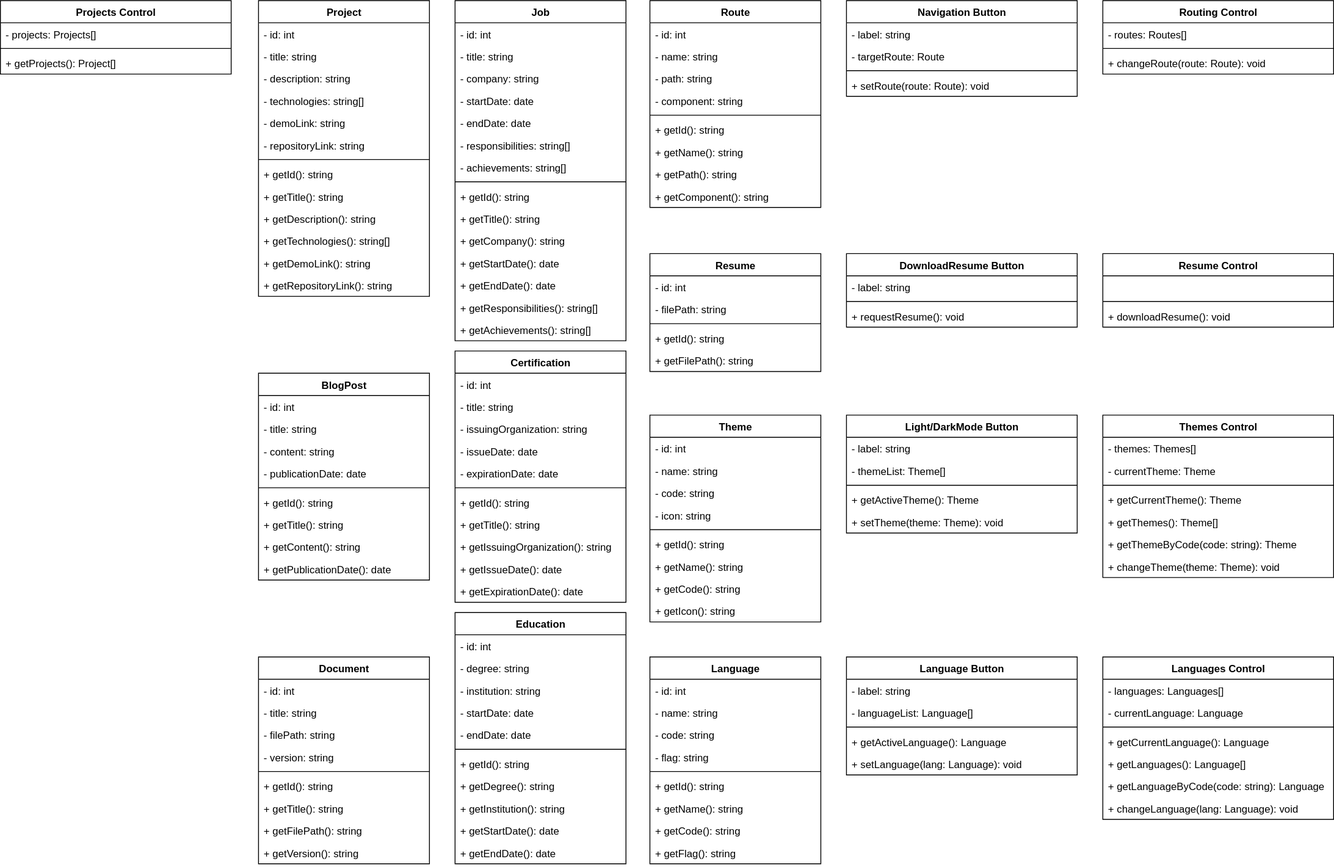
larr97/portfolio-project keeps this draw.io diagram as documents/ClassDiagram.svg. Above is the earlier version. Source tidied: cells renumbered, new cells last; positions are measured from the earlier drawing's top-left corner, leaving out a move shared by most shapes.
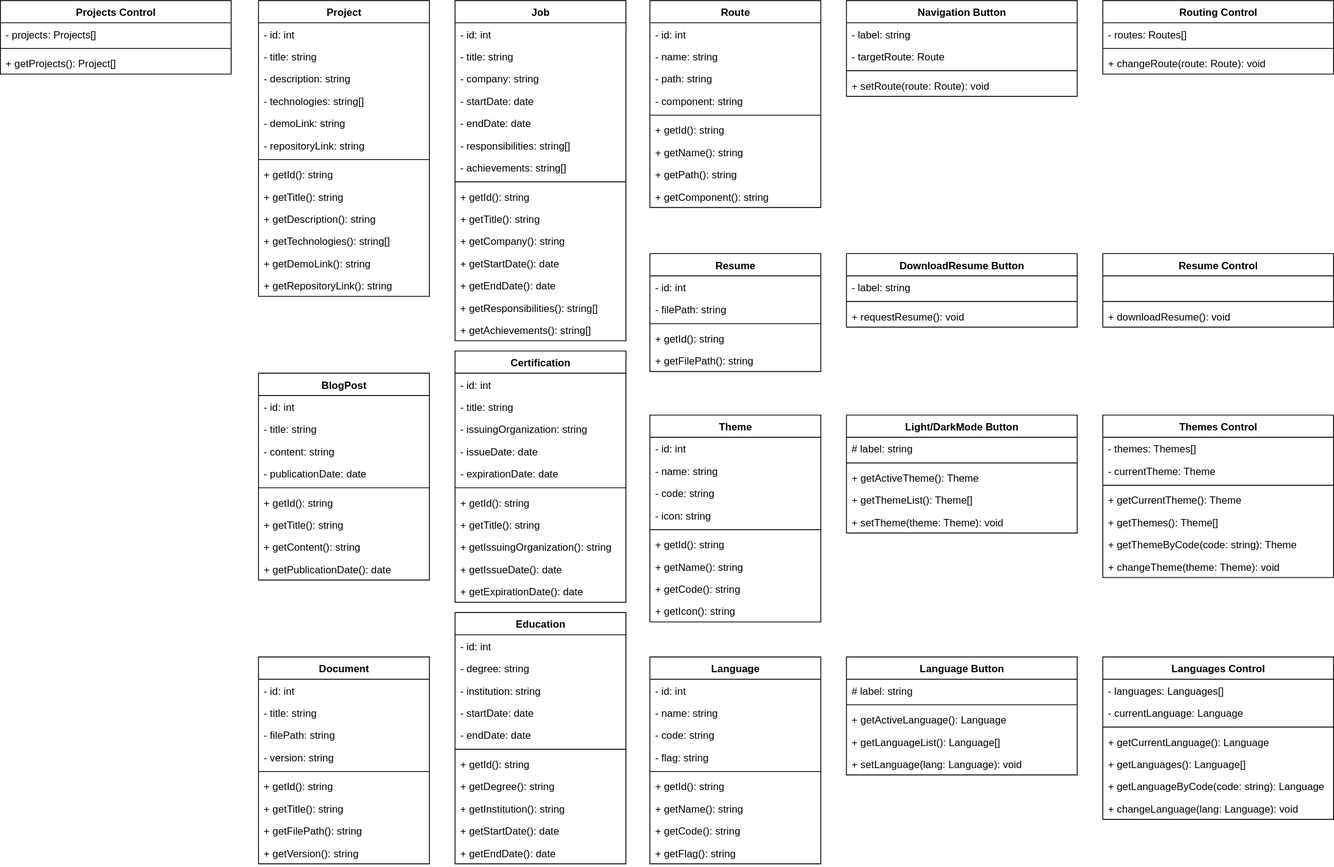
Later version of the same file.

Change to the diagram source:
```diff
@@ -311,36 +311,36 @@
     <mxCell id="104" value="Language Button" style="swimlane;fontStyle=1;align=center;verticalAlign=top;horizontal=1;startSize=26;whiteSpace=wrap;html=1;fillColor=#FFFFFF;" parent="1" vertex="1">
       <mxGeometry x="990" y="768" width="270" height="138" as="geometry" />
     </mxCell>
-    <mxCell id="105" value="- label: string" style="text;strokeColor=none;fillColor=none;align=left;verticalAlign=top;spacingLeft=4;spacingRight=4;overflow=hidden;whiteSpace=wrap;html=1;" parent="104" vertex="1">
+    <mxCell id="105" value="# label: string" style="text;strokeColor=none;fillColor=none;align=left;verticalAlign=top;spacingLeft=4;spacingRight=4;overflow=hidden;whiteSpace=wrap;html=1;" parent="104" vertex="1">
       <mxGeometry y="26" width="270" height="26" as="geometry" />
     </mxCell>
-    <mxCell id="106" value="- languageList: Language[]" style="text;strokeColor=none;fillColor=none;align=left;verticalAlign=top;spacingLeft=4;spacingRight=4;overflow=hidden;whiteSpace=wrap;html=1;" parent="104" vertex="1">
-      <mxGeometry y="52" width="270" height="26" as="geometry" />
-    </mxCell>
     <mxCell id="107" style="line;strokeWidth=1;fillColor=none;align=left;verticalAlign=middle;spacingTop=-1;spacingLeft=3;spacingRight=3;labelPosition=right;strokeColor=inherit;" parent="104" vertex="1">
-      <mxGeometry y="78" width="270" height="8" as="geometry" />
+      <mxGeometry y="52" width="270" height="8" as="geometry" />
     </mxCell>
     <mxCell id="108" value="+ getActiveLanguage(): Language" style="text;strokeColor=none;fillColor=none;align=left;verticalAlign=top;spacingLeft=4;spacingRight=4;overflow=hidden;whiteSpace=wrap;html=1;" parent="104" vertex="1">
-      <mxGeometry y="86" width="270" height="26" as="geometry" />
+      <mxGeometry y="60" width="270" height="26" as="geometry" />
     </mxCell>
+    <mxCell id="161" value="+ getLanguageList(): Language[]" style="text;strokeColor=none;fillColor=none;align=left;verticalAlign=top;spacingLeft=4;spacingRight=4;overflow=hidden;whiteSpace=wrap;html=1;" parent="104" vertex="1">
+      <mxGeometry y="86" width="270" height="26" as="geometry" />
+    </mxCell>
     <mxCell id="109" value="+ setLanguage(lang: Language): void" style="text;strokeColor=none;fillColor=none;align=left;verticalAlign=top;spacingLeft=4;spacingRight=4;overflow=hidden;whiteSpace=wrap;html=1;" parent="104" vertex="1">
       <mxGeometry y="112" width="270" height="26" as="geometry" />
     </mxCell>
     <mxCell id="110" value="&lt;span style=&quot;background-color: transparent; color: light-dark(rgb(0, 0, 0), rgb(255, 255, 255));&quot;&gt;Light/DarkMode Button&lt;/span&gt;" style="swimlane;fontStyle=1;align=center;verticalAlign=top;horizontal=1;startSize=26;whiteSpace=wrap;html=1;" parent="1" vertex="1">
       <mxGeometry x="990" y="485" width="270" height="138" as="geometry" />
     </mxCell>
-    <mxCell id="111" value="- label: string" style="text;strokeColor=none;fillColor=none;align=left;verticalAlign=top;spacingLeft=4;spacingRight=4;overflow=hidden;whiteSpace=wrap;html=1;" parent="110" vertex="1">
+    <mxCell id="111" value="# label: string" style="text;strokeColor=none;fillColor=none;align=left;verticalAlign=top;spacingLeft=4;spacingRight=4;overflow=hidden;whiteSpace=wrap;html=1;" parent="110" vertex="1">
       <mxGeometry y="26" width="270" height="26" as="geometry" />
     </mxCell>
-    <mxCell id="112" value="- themeList: Theme[]" style="text;strokeColor=none;fillColor=none;align=left;verticalAlign=top;spacingLeft=4;spacingRight=4;overflow=hidden;whiteSpace=wrap;html=1;" parent="110" vertex="1">
-      <mxGeometry y="52" width="270" height="26" as="geometry" />
-    </mxCell>
     <mxCell id="113" style="line;strokeWidth=1;fillColor=none;align=left;verticalAlign=middle;spacingTop=-1;spacingLeft=3;spacingRight=3;labelPosition=right;strokeColor=inherit;" parent="110" vertex="1">
-      <mxGeometry y="78" width="270" height="8" as="geometry" />
+      <mxGeometry y="52" width="270" height="8" as="geometry" />
     </mxCell>
     <mxCell id="114" value="+ getActiveTheme(): Theme" style="text;strokeColor=none;fillColor=none;align=left;verticalAlign=top;spacingLeft=4;spacingRight=4;overflow=hidden;whiteSpace=wrap;html=1;" parent="110" vertex="1">
-      <mxGeometry y="86" width="270" height="26" as="geometry" />
+      <mxGeometry y="60" width="270" height="26" as="geometry" />
     </mxCell>
+    <mxCell id="162" value="+ getThemeList(): Theme[]" style="text;strokeColor=none;fillColor=none;align=left;verticalAlign=top;spacingLeft=4;spacingRight=4;overflow=hidden;whiteSpace=wrap;html=1;" parent="110" vertex="1">
+      <mxGeometry y="86" width="270" height="26" as="geometry" />
+    </mxCell>
     <mxCell id="115" value="+ setTheme(theme: Theme): void" style="text;strokeColor=none;fillColor=none;align=left;verticalAlign=top;spacingLeft=4;spacingRight=4;overflow=hidden;whiteSpace=wrap;html=1;" parent="110" vertex="1">
       <mxGeometry y="112" width="270" height="26" as="geometry" />
     </mxCell>
```
